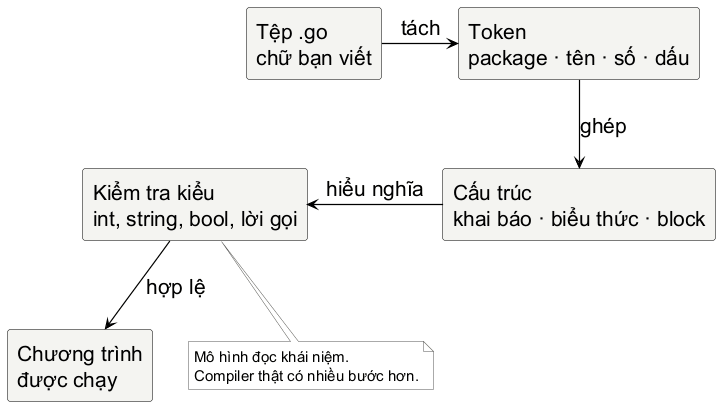
Above: assets/diagrams/compiler-doc-go.png in Minhlike/Golang (PlantUML), before the change.
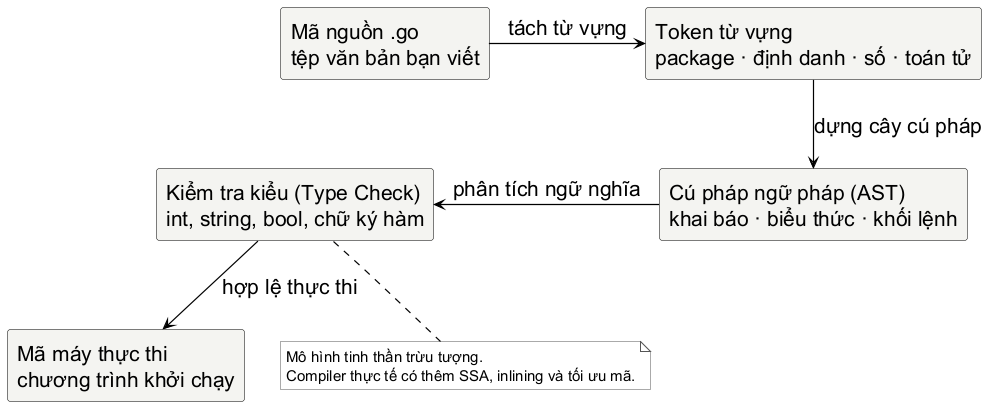
The same file after the commit.

The edit, as a diff of the source:
```diff
@@ -21,19 +21,19 @@
 }
 top to bottom direction
 
-rectangle "Tệp .go\nchữ bạn viết" as source
-rectangle "Token\npackage · tên · số · dấu" as tokens
-rectangle "Cấu trúc\nkhai báo · biểu thức · block" as syntax
-rectangle "Kiểm tra kiểu\nint, string, bool, lời gọi" as types
-rectangle "Chương trình\nđược chạy" as run
+rectangle "Mã nguồn .go\ntệp văn bản bạn viết" as source
+rectangle "Token từ vựng\npackage · định danh · số · toán tử" as tokens
+rectangle "Cú pháp ngữ pháp (AST)\nkhai báo · biểu thức · khối lệnh" as syntax
+rectangle "Kiểm tra kiểu (Type Check)\nint, string, bool, chữ ký hàm" as types
+rectangle "Mã máy thực thi\nchương trình khởi chạy" as run
 
-source -right-> tokens : tách
-tokens -down-> syntax : ghép
-syntax -left-> types : hiểu nghĩa
-types -down-> run : hợp lệ
+source -right-> tokens : tách từ vựng
+tokens -down-> syntax : dựng cây cú pháp
+syntax -left-> types : phân tích ngữ nghĩa
+types -down-> run : hợp lệ thực thi
 
 note bottom of types
-  Mô hình đọc khái niệm.
-  Compiler thật có nhiều bước hơn.
+  Mô hình tinh thần trừu tượng.
+  Compiler thực tế có thêm SSA, inlining và tối ưu mã.
 end note
 @enduml
```
